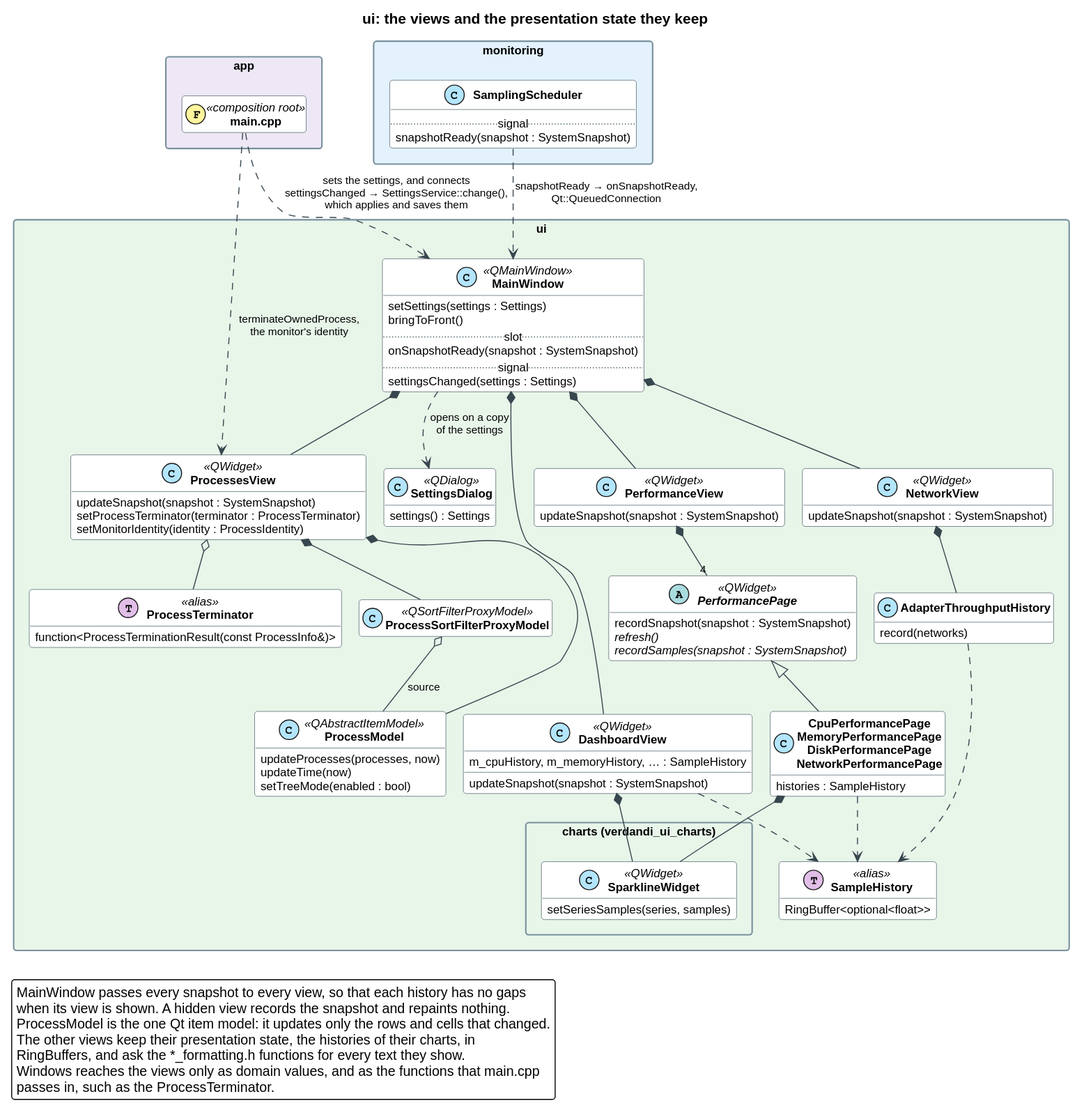
The PlantUML diagram docs/diagrams/ui_views.svg in DunderGG/verdandi, before a commit. Source of this version:
```plantuml
@startuml
!include style.iuml

title ui: the views and the presentation state they keep

package "ui" $UI_COLOR {
    class MainWindow <<QMainWindow>> {
        setSettings(settings : Settings)
        bringToFront()
        .. slot ..
        onSnapshotReady(snapshot : SystemSnapshot)
        .. signal ..
        settingsChanged(settings : Settings)
    }

    class SettingsDialog <<QDialog>> {
        settings() : Settings
    }

    class DashboardView <<QWidget>> {
        updateSnapshot(snapshot : SystemSnapshot)
        m_cpuHistory, m_memoryHistory, … : SampleHistory
    }

    class PerformanceView <<QWidget>> {
        updateSnapshot(snapshot : SystemSnapshot)
    }

    abstract class PerformancePage <<QWidget>> {
        recordSnapshot(snapshot : SystemSnapshot)
        {abstract} refresh()
        {abstract} recordSamples(snapshot : SystemSnapshot)
    }

    class "CpuPerformancePage\nMemoryPerformancePage\nDiskPerformancePage\nNetworkPerformancePage" as pages {
        histories : SampleHistory
    }

    class ProcessesView <<QWidget>> {
        updateSnapshot(snapshot : SystemSnapshot)
        setProcessTerminator(terminator : ProcessTerminator)
        setMonitorIdentity(identity : ProcessIdentity)
    }

    class ProcessModel <<QAbstractItemModel>> {
        updateProcesses(processes, now)
        updateTime(now)
        setTreeMode(enabled : bool)
    }

    class ProcessSortFilterProxyModel <<QSortFilterProxyModel>>

    class NetworkView <<QWidget>> {
        updateSnapshot(snapshot : SystemSnapshot)
    }

    class AdapterThroughputHistory {
        record(networks)
    }

    class "SampleHistory" as SampleHistory << (T,#E1BEE7) alias >> {
        RingBuffer<optional<float>>
    }

    class "ProcessTerminator" as ProcessTerminator << (T,#E1BEE7) alias >> {
        {field} function<ProcessTerminationResult(const ProcessInfo&)>
    }

    package "charts (verdandi_ui_charts)" as charts {
        class SparklineWidget <<QWidget>> {
            setSeriesSamples(series, samples)
        }
    }
}

package "monitoring" $MONITORING_COLOR {
    class SamplingScheduler {
        .. signal ..
        snapshotReady(snapshot : SystemSnapshot)
    }
}

package "app" $APP_COLOR {
    class "main.cpp" as mainCpp << (F,#FFF59D) composition root >>
}

SamplingScheduler ..> MainWindow : snapshotReady → onSnapshotReady,\nQt::QueuedConnection
mainCpp ..> MainWindow : sets the settings, and connects\nsettingsChanged → SettingsService::change(),\nwhich applies and saves them
mainCpp ..> ProcessesView : terminateOwnedProcess,\nthe monitor's identity
MainWindow ..> SettingsDialog : opens on a copy\nof the settings

MainWindow *-- DashboardView
MainWindow *-- PerformanceView
MainWindow *-- ProcessesView
MainWindow *-- NetworkView
PerformanceView *-- "4" PerformancePage
pages -up-|> PerformancePage
ProcessesView *-- ProcessModel
ProcessesView *-- ProcessSortFilterProxyModel
ProcessSortFilterProxyModel o-- ProcessModel : source
ProcessesView o-- ProcessTerminator
NetworkView *-- AdapterThroughputHistory
AdapterThroughputHistory ..> SampleHistory
DashboardView ..> SampleHistory
pages ..> SampleHistory
DashboardView *-- SparklineWidget
pages *-- SparklineWidget

legend bottom left
    MainWindow passes every snapshot to every view, so that each history has no gaps
    when its view is shown. A hidden view records the snapshot and repaints nothing.
    ProcessModel is the one Qt item model: it updates only the rows and cells that changed.
    The other views keep their presentation state, the histories of their charts, in
    RingBuffers, and ask the *_formatting.h functions for every text they show.
    Windows reaches the views only as domain values, and as the functions that main.cpp
    passes in, such as the ProcessTerminator.
end legend
@enduml
```
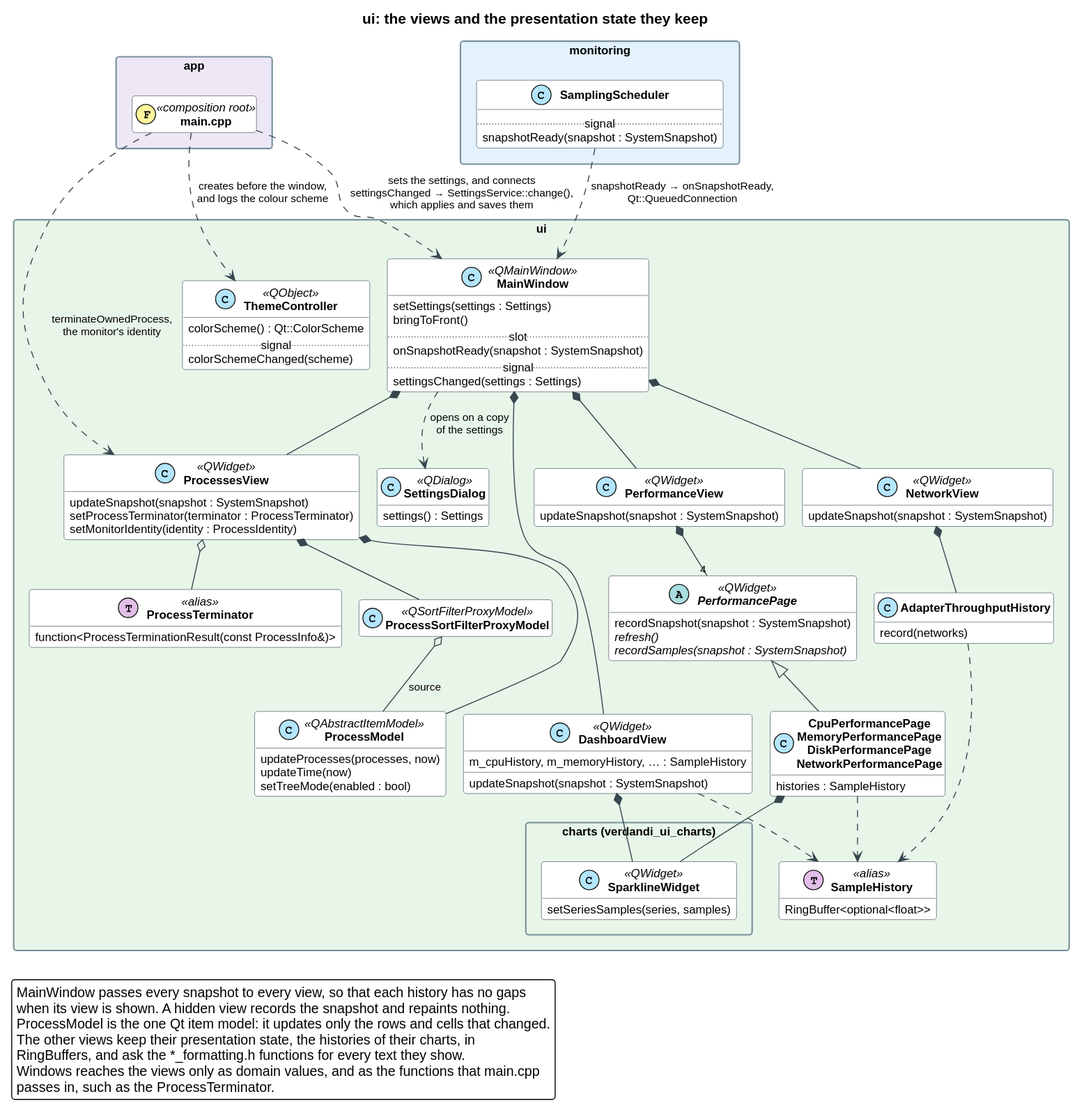
After the change.

Diff of the diagram source:
```diff
@@ -15,6 +15,12 @@
 
     class SettingsDialog <<QDialog>> {
         settings() : Settings
+    }
+
+    class ThemeController <<QObject>> {
+        colorScheme() : Qt::ColorScheme
+        .. signal ..
+        colorSchemeChanged(scheme)
     }
 
     class DashboardView <<QWidget>> {
@@ -87,6 +93,7 @@
 SamplingScheduler ..> MainWindow : snapshotReady → onSnapshotReady,\nQt::QueuedConnection
 mainCpp ..> MainWindow : sets the settings, and connects\nsettingsChanged → SettingsService::change(),\nwhich applies and saves them
 mainCpp ..> ProcessesView : terminateOwnedProcess,\nthe monitor's identity
+mainCpp ..> ThemeController : creates before the window,\nand logs the colour scheme
 MainWindow ..> SettingsDialog : opens on a copy\nof the settings
 
 MainWindow *-- DashboardView
```
